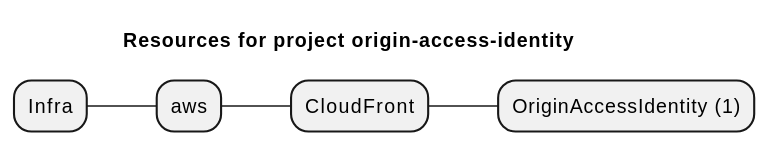
Before: examples/aws/CloudFront/origin-access-identity/artifacts/resources-mindmap.svg, a diagram exported from PlantUML (grucloud/grucloud). The source it was exported from:
```plantuml
@startmindmap
title Resources for project origin-access-identity
skinparam monochrome true
+ Infra
++ aws
+++ CloudFront
++++ OriginAccessIdentity (1)
@endmindmap
```
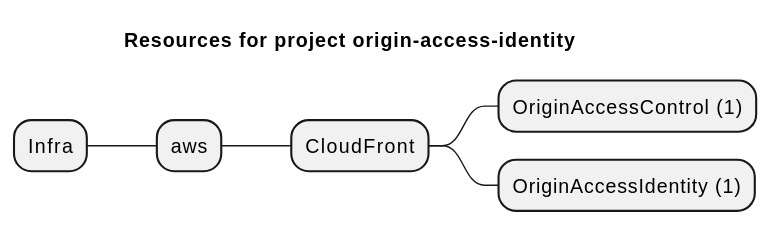
After the commit.

The edit, as a diff of the source:
```diff
@@ -4,5 +4,6 @@
 + Infra
 ++ aws
 +++ CloudFront
+++++ OriginAccessControl (1)
 ++++ OriginAccessIdentity (1)
 @endmindmap
```
